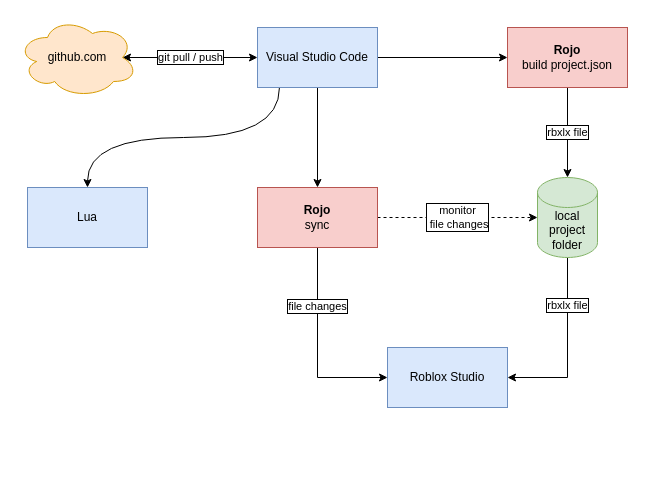
Above: RobloxDevEnvironment.drawio in joe-rocks/roblox-dev-environment (draw.io), before the change. Source tidied: cells renumbered, new cells numbered last; positions are measured from the earlier drawing's top-left corner, leaving out a move shared by most shapes. Both pictures are drawn from the tidied source at 100%, with x=0, y=0 at pixel (17, 17).
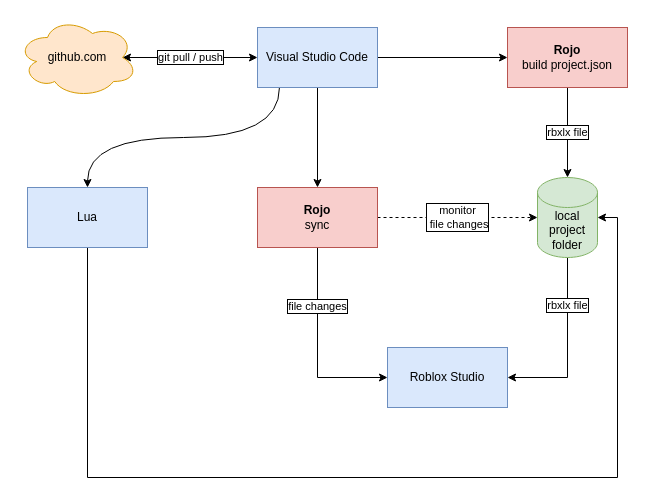
Above is the later version.

Change to the diagram source:
```diff
@@
 <mxGraphModel>
   <root>
     <mxCell id="0" />
     <mxCell id="1" parent="0" />
     <mxCell id="2" style="edgeStyle=orthogonalEdgeStyle;rounded=0;jettySize=auto;html=1;" parent="1" edge="1" source="5" target="9">
       <mxGeometry relative="1" as="geometry" />
     </mxCell>
     <mxCell id="3" style="edgeStyle=orthogonalEdgeStyle;rounded=0;jettySize=auto;html=1;startArrow=none;startFill=0;" parent="1" edge="1" source="5" target="15">
       <mxGeometry relative="1" as="geometry" />
     </mxCell>
     <mxCell id="4" style="edgeStyle=orthogonalEdgeStyle;jettySize=auto;html=1;exitX=0.183;exitY=1;exitDx=0;exitDy=0;curved=1;exitPerimeter=0;" parent="1" edge="1" source="5" target="16">
       <mxGeometry relative="1" as="geometry" />
     </mxCell>
     <mxCell id="5" value="Visual Studio Code" style="rounded=0;whiteSpace=wrap;html=1;fillColor=#dae8fc;strokeColor=#6c8ebf;" parent="1" vertex="1">
       <mxGeometry x="240" y="10" width="120" height="60" as="geometry" />
     </mxCell>
     <mxCell id="6" value="git pull / push" style="edgeStyle=orthogonalEdgeStyle;rounded=0;jettySize=auto;html=1;exitX=0.875;exitY=0.5;exitDx=0;exitDy=0;exitPerimeter=0;startArrow=classic;startFill=1;labelBorderColor=#000000;" parent="1" edge="1" source="7" target="5">
       <mxGeometry relative="1" as="geometry" />
     </mxCell>
     <mxCell id="7" value="github.com" style="ellipse;shape=cloud;whiteSpace=wrap;html=1;fillColor=#ffe6cc;strokeColor=#d79b00;" parent="1" vertex="1">
       <mxGeometry width="120" height="80" as="geometry" />
     </mxCell>
     <mxCell id="8" value="rbxlx file" style="edgeStyle=orthogonalEdgeStyle;rounded=0;jettySize=auto;html=1;labelBorderColor=#000000;entryX=0.5;entryY=0;entryDx=0;entryDy=0;entryPerimeter=0;" parent="1" edge="1" source="9" target="12">
       <mxGeometry relative="1" as="geometry" />
     </mxCell>
     <mxCell id="9" value="&lt;b&gt;Rojo&lt;/b&gt;&lt;br&gt;build project.json" style="rounded=0;whiteSpace=wrap;html=1;fillColor=#f8cecc;strokeColor=#b85450;" parent="1" vertex="1">
       <mxGeometry x="490" y="10" width="120" height="60" as="geometry" />
     </mxCell>
     <mxCell id="10" value="Roblox Studio" style="rounded=0;whiteSpace=wrap;html=1;fillColor=#dae8fc;strokeColor=#6c8ebf;" parent="1" vertex="1">
       <mxGeometry x="370" y="330" width="120" height="60" as="geometry" />
     </mxCell>
     <mxCell id="11" value="rbxlx file" style="edgeStyle=orthogonalEdgeStyle;rounded=0;jettySize=auto;html=1;startArrow=none;startFill=0;labelBorderColor=#000000;exitX=0.5;exitY=1;exitDx=0;exitDy=0;exitPerimeter=0;entryX=1;entryY=0.5;entryDx=0;entryDy=0;" parent="1" edge="1" source="12" target="10">
       <mxGeometry x="-0.47" relative="1" as="geometry" />
     </mxCell>
     <mxCell id="12" value="local&lt;br&gt;project&lt;br&gt;folder" style="shape=cylinder3;whiteSpace=wrap;html=1;boundedLbl=1;backgroundOutline=1;size=15;fillColor=#d5e8d4;strokeColor=#82b366;" parent="1" vertex="1">
       <mxGeometry x="520" y="160" width="60" height="80" as="geometry" />
     </mxCell>
     <mxCell id="13" value="file changes" style="edgeStyle=orthogonalEdgeStyle;rounded=0;jettySize=auto;html=1;startArrow=none;startFill=0;entryX=0;entryY=0.5;entryDx=0;entryDy=0;exitX=0.5;exitY=1;exitDx=0;exitDy=0;labelBorderColor=#000000;" parent="1" edge="1" source="15" target="10">
       <mxGeometry x="-0.41" relative="1" as="geometry" />
     </mxCell>
     <mxCell id="14" value="monitor&lt;br&gt;&amp;nbsp;file changes" style="edgeStyle=orthogonalEdgeStyle;rounded=0;jettySize=auto;html=1;startArrow=none;startFill=0;labelBorderColor=#000000;dashed=1;" parent="1" edge="1" source="15" target="12">
       <mxGeometry relative="1" as="geometry" />
     </mxCell>
     <mxCell id="15" value="&lt;b&gt;Rojo&lt;/b&gt;&lt;br&gt;sync" style="rounded=0;whiteSpace=wrap;html=1;fillColor=#f8cecc;strokeColor=#b85450;" parent="1" vertex="1">
       <mxGeometry x="240" y="170" width="120" height="60" as="geometry" />
     </mxCell>
+    <mxCell id="17" style="edgeStyle=orthogonalEdgeStyle;rounded=0;jettySize=auto;html=1;exitX=0.5;exitY=1;exitDx=0;exitDy=0;entryX=1;entryY=0.5;entryDx=0;entryDy=0;entryPerimeter=0;" parent="1" edge="1" source="16" target="12">
+      <mxGeometry relative="1" as="geometry">
+        <Array as="points">
+          <mxPoint x="70" y="460" />
+          <mxPoint x="600" y="460" />
+          <mxPoint x="600" y="200" />
+        </Array>
+      </mxGeometry>
+    </mxCell>
     <mxCell id="16" value="Lua" style="rounded=0;whiteSpace=wrap;html=1;fillColor=#dae8fc;strokeColor=#6c8ebf;" parent="1" vertex="1">
       <mxGeometry x="10" y="170" width="120" height="60" as="geometry" />
     </mxCell>
   </root>
 </mxGraphModel>
```
